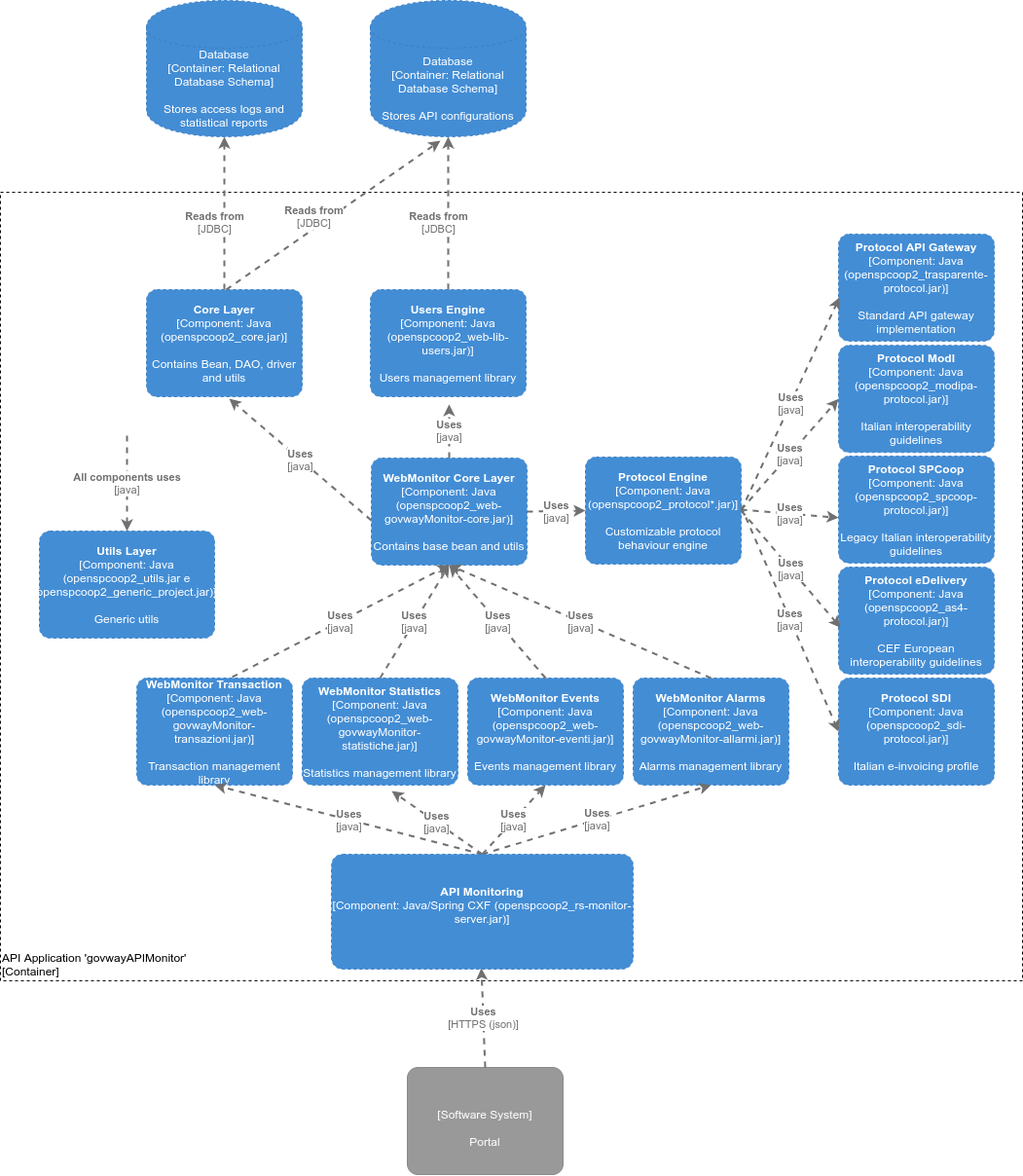
This is resources/doc/src/c4_architecture/img/c4_architecture-L3-govwayAPIMonitor.png from link-it/govway, a draw.io export, as it was before one commit. Source tidied: cells renumbered, new cells last; positions are measured from the earlier drawing's top-left corner, leaving out a move shared by most shapes.
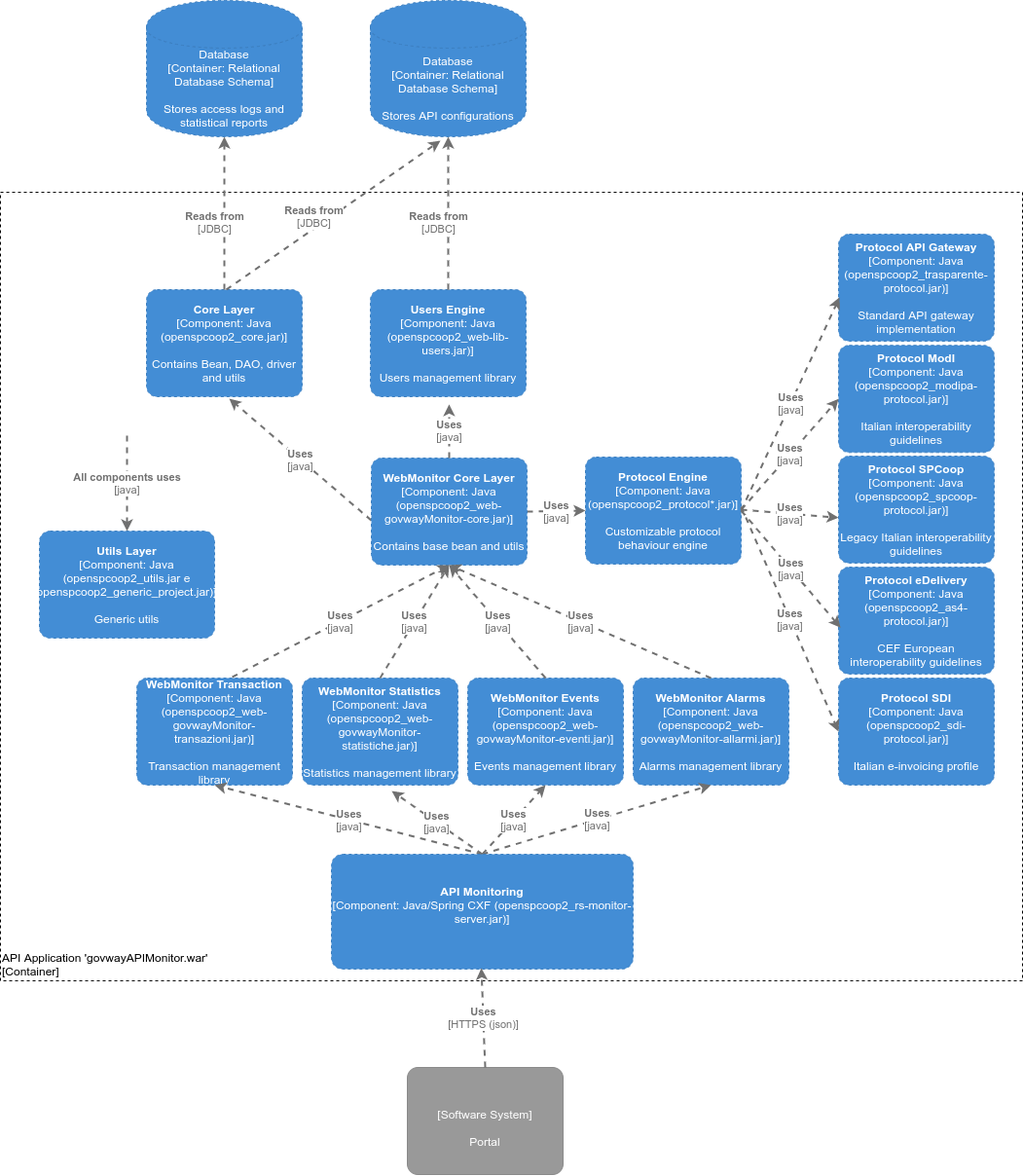
After the commit.

Change to the diagram source:
```diff
@@ -2,7 +2,7 @@
   <root>
     <mxCell id="0" />
     <mxCell id="1" parent="0" />
-    <object id="2" label="&lt;div style=&quot;text-align: left&quot;&gt;%c4Name%&lt;/div&gt;&lt;div style=&quot;text-align: left&quot;&gt;[%c4Application%]&lt;/div&gt;" c4Application="Container" c4Name="API Application 'govwayAPIMonitor'" c4Type="ExecutionEnvironment" placeholders="1">
+    <object id="2" label="&lt;div style=&quot;text-align: left&quot;&gt;%c4Name%&lt;/div&gt;&lt;div style=&quot;text-align: left&quot;&gt;[%c4Application%]&lt;/div&gt;" c4Application="Container" c4Name="API Application 'govwayAPIMonitor.war'" c4Type="ExecutionEnvironment" placeholders="1">
       <mxCell style="rounded=0;whiteSpace=wrap;html=1;labelBackgroundColor=none;fillColor=#ffffff;fontColor=#000000;align=left;arcSize=5;strokeColor=#000000;verticalAlign=bottom;metaData={&quot;c4Type&quot;:{&quot;editable&quot;:false}};points=[[0.25,0,0],[0.5,0,0],[0.75,0,0],[1,0.25,0],[1,0.5,0],[1,0.75,0],[0.75,1,0],[0.5,1,0],[0.25,1,0],[0,0.75,0],[0,0.5,0],[0,0.25,0]];dashed=1;" parent="1" vertex="1">
         <mxGeometry y="197" width="1050" height="810" as="geometry" />
       </mxCell>
```
